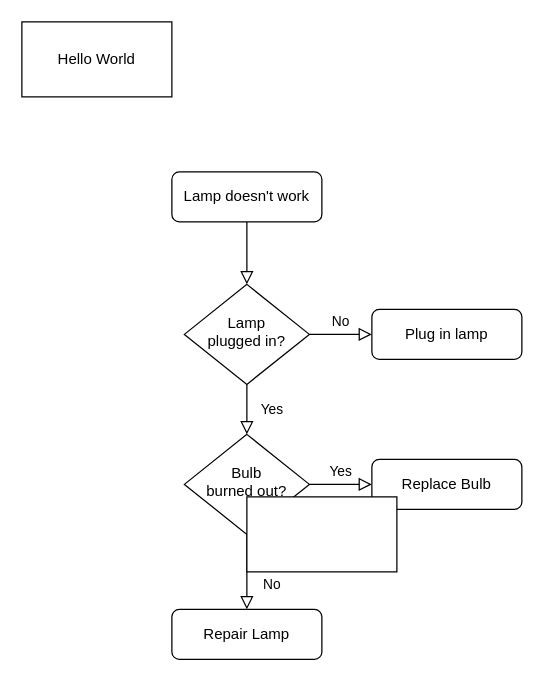
Above: Untitled Diagram.drawio in multi-io/drivetest (draw.io), before the change. Source tidied: cells renumbered, new cells numbered last; positions are measured from the earlier drawing's top-left corner, leaving out a move shared by most shapes. Both pictures are drawn from the tidied source at 125%, with x=0, y=0 at pixel (21, 21).
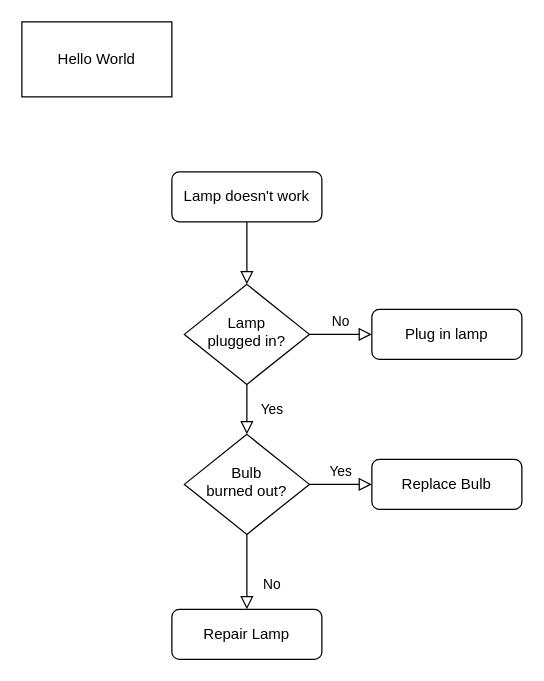
After the change.

Commit message:
box removed from diagram

The edit, as a diff of the source:
```diff
@@
 <mxGraphModel>
   <root>
     <mxCell id="0" />
     <mxCell id="1" parent="0" />
     <mxCell id="2" style="rounded=0;html=1;jettySize=auto;fontSize=11;endArrow=block;endFill=0;endSize=8;strokeWidth=1;shadow=0;labelBackgroundColor=none;edgeStyle=orthogonalEdgeStyle;" parent="1" edge="1" source="3" target="6">
       <mxGeometry relative="1" as="geometry" />
     </mxCell>
     <mxCell id="3" value="Lamp doesn't work" style="rounded=1;whiteSpace=wrap;html=1;fontSize=12;glass=0;strokeWidth=1;shadow=0;" parent="1" vertex="1">
       <mxGeometry x="120" y="120" width="120" height="40" as="geometry" />
     </mxCell>
     <mxCell id="4" value="Yes" style="rounded=0;html=1;jettySize=auto;fontSize=11;endArrow=block;endFill=0;endSize=8;strokeWidth=1;shadow=0;labelBackgroundColor=none;edgeStyle=orthogonalEdgeStyle;" parent="1" edge="1" source="6" target="10">
       <mxGeometry y="20" relative="1" as="geometry" />
     </mxCell>
     <mxCell id="5" value="No" style="edgeStyle=orthogonalEdgeStyle;rounded=0;html=1;jettySize=auto;fontSize=11;endArrow=block;endFill=0;endSize=8;strokeWidth=1;shadow=0;labelBackgroundColor=none;" parent="1" edge="1" source="6" target="7">
       <mxGeometry y="10" relative="1" as="geometry" />
     </mxCell>
     <mxCell id="6" value="Lamp&lt;br&gt;plugged in?" style="rhombus;whiteSpace=wrap;html=1;shadow=0;fontFamily=Helvetica;fontSize=12;align=center;strokeWidth=1;spacing=6;spacingTop=-4;" parent="1" vertex="1">
       <mxGeometry x="130" y="210" width="100" height="80" as="geometry" />
     </mxCell>
     <mxCell id="7" value="Plug in lamp" style="rounded=1;whiteSpace=wrap;html=1;fontSize=12;glass=0;strokeWidth=1;shadow=0;" parent="1" vertex="1">
       <mxGeometry x="280" y="230" width="120" height="40" as="geometry" />
     </mxCell>
     <mxCell id="8" value="No" style="rounded=0;html=1;jettySize=auto;fontSize=11;endArrow=block;endFill=0;endSize=8;strokeWidth=1;shadow=0;labelBackgroundColor=none;edgeStyle=orthogonalEdgeStyle;" parent="1" edge="1" source="10" target="11">
       <mxGeometry x="0.33" y="20" relative="1" as="geometry" />
     </mxCell>
     <mxCell id="9" value="Yes" style="edgeStyle=orthogonalEdgeStyle;rounded=0;html=1;jettySize=auto;fontSize=11;endArrow=block;endFill=0;endSize=8;strokeWidth=1;shadow=0;labelBackgroundColor=none;" parent="1" edge="1" source="10" target="12">
       <mxGeometry y="10" relative="1" as="geometry" />
     </mxCell>
     <mxCell id="10" value="Bulb&lt;br&gt;burned out?" style="rhombus;whiteSpace=wrap;html=1;shadow=0;fontFamily=Helvetica;fontSize=12;align=center;strokeWidth=1;spacing=6;spacingTop=-4;" parent="1" vertex="1">
       <mxGeometry x="130" y="330" width="100" height="80" as="geometry" />
     </mxCell>
     <mxCell id="11" value="Repair Lamp" style="rounded=1;whiteSpace=wrap;html=1;fontSize=12;glass=0;strokeWidth=1;shadow=0;" parent="1" vertex="1">
       <mxGeometry x="120" y="470" width="120" height="40" as="geometry" />
     </mxCell>
     <mxCell id="12" value="Replace Bulb" style="rounded=1;whiteSpace=wrap;html=1;fontSize=12;glass=0;strokeWidth=1;shadow=0;" parent="1" vertex="1">
       <mxGeometry x="280" y="350" width="120" height="40" as="geometry" />
     </mxCell>
-    <mxCell id="13" style="rounded=0;whiteSpace=wrap;html=1;" parent="1" vertex="1">
-      <mxGeometry x="180" y="380" width="120" height="60" as="geometry" />
-    </mxCell>
     <mxCell id="14" value="Hello World" style="rounded=0;whiteSpace=wrap;html=1;" parent="1" vertex="1">
       <mxGeometry width="120" height="60" as="geometry" />
     </mxCell>
   </root>
 </mxGraphModel>
```
